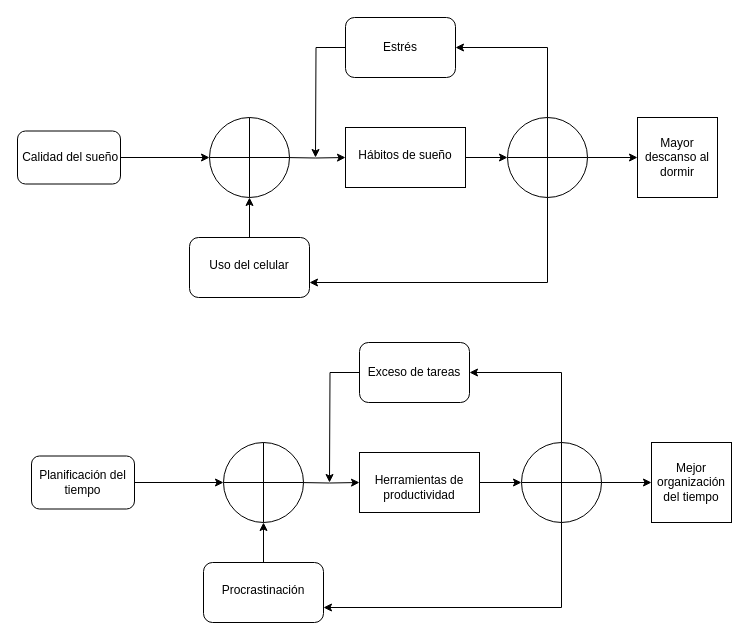
Above: Diagrama sin título.drawio in Esteban-Borja/Graficas-senales-EEG-estudio-del-sue-o (draw.io), before the change. Source tidied: cells renumbered, new cells numbered last; positions are measured from the earlier drawing's top-left corner, leaving out a move shared by most shapes. Both pictures are drawn from the tidied source at 100%, with x=0, y=0 at pixel (17, 17).
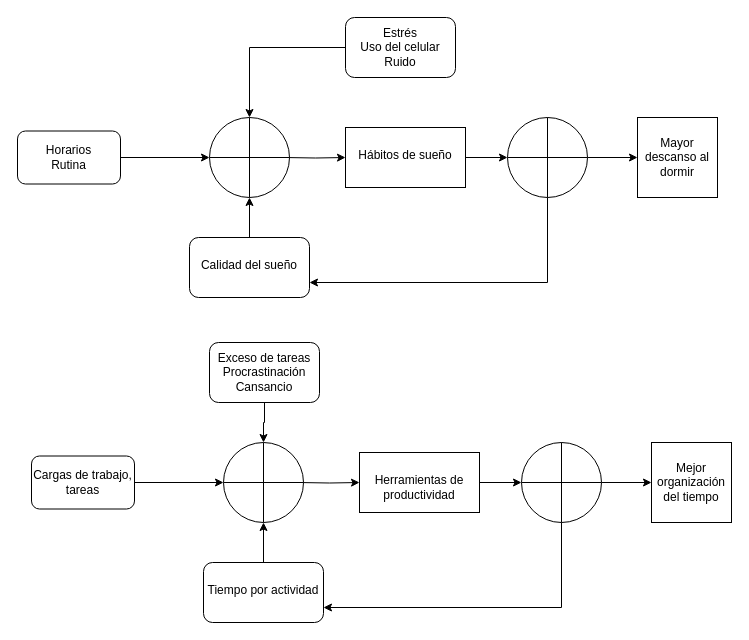
The same page after the edit.

Unchanged cells that the change refers to:
```xml
<mxCell id="14" style="shape=orEllipse;perimeter=ellipsePerimeter;whiteSpace=wrap;html=1;backgroundOutline=1;" parent="1" vertex="1">
  <mxGeometry x="490" y="100" width="80" height="80" as="geometry" />
</mxCell>
<mxCell id="15" style="shape=orEllipse;perimeter=ellipsePerimeter;whiteSpace=wrap;html=1;backgroundOutline=1;" parent="1" vertex="1">
  <mxGeometry x="192" y="100" width="80" height="80" as="geometry" />
</mxCell>
<mxCell id="29" style="shape=orEllipse;perimeter=ellipsePerimeter;whiteSpace=wrap;html=1;backgroundOutline=1;" parent="1" vertex="1">
  <mxGeometry x="504" y="425" width="80" height="80" as="geometry" />
</mxCell>
<mxCell id="30" style="shape=orEllipse;perimeter=ellipsePerimeter;whiteSpace=wrap;html=1;backgroundOutline=1;" parent="1" vertex="1">
  <mxGeometry x="206" y="425" width="80" height="80" as="geometry" />
</mxCell>
```

Change to the diagram source:
```diff
@@
-    <mxCell id="3" value="&amp;nbsp;Calidad del sueño" style="rounded=1;whiteSpace=wrap;html=1;" parent="1" vertex="1">
+    <mxCell id="3" value="Horarios&lt;div&gt;Rutina&lt;/div&gt;" style="rounded=1;whiteSpace=wrap;html=1;" parent="1" vertex="1">
       <mxGeometry y="113.5" width="103" height="53" as="geometry" />
     </mxCell>
@@
-    <mxCell id="6" value="&lt;div&gt;&lt;br&gt;&lt;/div&gt;Uso del celular" style="rounded=1;whiteSpace=wrap;html=1;verticalAlign=top;" parent="1" vertex="1">
+    <mxCell id="6" value="&lt;div&gt;&lt;br&gt;&lt;/div&gt;&lt;div&gt;Calidad del sueño&lt;/div&gt;" style="rounded=1;whiteSpace=wrap;html=1;verticalAlign=top;" parent="1" vertex="1">
       <mxGeometry x="172" y="220" width="120" height="60" as="geometry" />
     </mxCell>
@@
-    <mxCell id="9" style="edgeStyle=orthogonalEdgeStyle;rounded=0;jettySize=auto;html=1;" parent="1" edge="1" source="10">
-      <mxGeometry relative="1" as="geometry">
-        <mxPoint x="298" y="140" as="targetPoint" />
-      </mxGeometry>
-    </mxCell>
+    <mxCell id="32" style="edgeStyle=orthogonalEdgeStyle;rounded=0;jettySize=auto;html=1;entryX=0.5;entryY=0;entryDx=0;entryDy=0;" parent="1" edge="1" source="10" target="15">
+      <mxGeometry relative="1" as="geometry" />
+    </mxCell>
-    <mxCell id="10" value="Estrés" style="rounded=1;whiteSpace=wrap;html=1;" parent="1" vertex="1">
+    <mxCell id="10" value="Estrés&lt;div&gt;Uso del celular&lt;/div&gt;&lt;div&gt;Ruido&lt;/div&gt;" style="rounded=1;whiteSpace=wrap;html=1;" parent="1" vertex="1">
       <mxGeometry x="328" width="110" height="60" as="geometry" />
     </mxCell>
-    <mxCell id="11" style="edgeStyle=orthogonalEdgeStyle;rounded=0;jettySize=auto;html=1;entryX=1;entryY=0.5;entryDx=0;entryDy=0;" parent="1" edge="1" source="14" target="10">
-      <mxGeometry relative="1" as="geometry">
-        <Array as="points">
-          <mxPoint x="530" y="30" />
-        </Array>
-      </mxGeometry>
-    </mxCell>
@@
-    <mxCell id="18" value="Planificación del tiempo" style="rounded=1;whiteSpace=wrap;html=1;" parent="1" vertex="1">
+    <mxCell id="18" value="Cargas de trabajo, tareas" style="rounded=1;whiteSpace=wrap;html=1;" parent="1" vertex="1">
       <mxGeometry x="14" y="438.5" width="103" height="53" as="geometry" />
     </mxCell>
@@
-    <mxCell id="21" value="&lt;div&gt;&lt;br&gt;&lt;/div&gt;Procrastinación" style="rounded=1;whiteSpace=wrap;html=1;verticalAlign=top;" parent="1" vertex="1">
+    <mxCell id="21" value="&lt;div&gt;&lt;br&gt;&lt;/div&gt;&lt;div&gt;Tiempo por actividad&lt;/div&gt;" style="rounded=1;whiteSpace=wrap;html=1;verticalAlign=top;" parent="1" vertex="1">
       <mxGeometry x="186" y="545" width="120" height="60" as="geometry" />
     </mxCell>
@@
-    <mxCell id="24" style="edgeStyle=orthogonalEdgeStyle;rounded=0;jettySize=auto;html=1;" parent="1" edge="1" source="25">
-      <mxGeometry relative="1" as="geometry">
-        <mxPoint x="312" y="465" as="targetPoint" />
-      </mxGeometry>
-    </mxCell>
+    <mxCell id="33" style="edgeStyle=orthogonalEdgeStyle;rounded=0;jettySize=auto;html=1;entryX=0.5;entryY=0;entryDx=0;entryDy=0;" parent="1" edge="1" source="25" target="30">
+      <mxGeometry relative="1" as="geometry" />
+    </mxCell>
-    <mxCell id="25" value="Exceso de tareas" style="rounded=1;whiteSpace=wrap;html=1;" parent="1" vertex="1">
-      <mxGeometry x="342" y="325" width="110" height="60" as="geometry" />
+    <mxCell id="25" value="Exceso de tareas&lt;div&gt;Procrastinación&lt;/div&gt;&lt;div&gt;Cansancio&lt;/div&gt;" style="rounded=1;whiteSpace=wrap;html=1;" parent="1" vertex="1">
+      <mxGeometry x="192" y="325" width="110" height="60" as="geometry" />
     </mxCell>
-    <mxCell id="26" style="edgeStyle=orthogonalEdgeStyle;rounded=0;jettySize=auto;html=1;entryX=1;entryY=0.5;entryDx=0;entryDy=0;" parent="1" edge="1" source="29" target="25">
-      <mxGeometry relative="1" as="geometry">
-        <Array as="points">
-          <mxPoint x="544" y="355" />
-        </Array>
-      </mxGeometry>
-    </mxCell>
```
